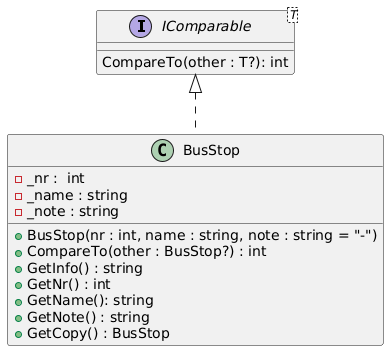
This is src/assets/img/kmom01/KlassdiagramKmom01Uppgift.png from bbe-work/bbe-work.github.io, a PlantUML export, as it was before one commit.
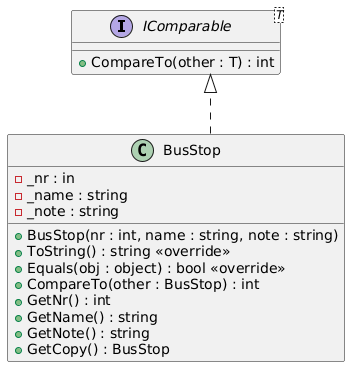
After the change.

Commit message:
Uppdaterat uppgiften kmom01

Change to the diagram source:
```diff
@@ -1,23 +1,27 @@
 @startuml
-interface IComparable<T>
-{
-    CompareTo(other : T?): int
+skinparam linetype ortho
+top to bottom direction
+
+interface IComparable<T> {
+  + CompareTo(other : T) : int
 }
 
-class BusStop
-{
-    - _nr :  int
-    - _name : string
-    - _note : string
+class BusStop {
+  - _nr : in
+  - _name : string
+  - _note : string
 
-    + BusStop(nr : int, name : string, note : string = "-")
-    + CompareTo(other : BusStop?) : int
-    + GetInfo() : string
-    + GetNr() : int
-    + GetName(): string
-    + GetNote() : string
-    + GetCopy() : BusStop
+  + BusStop(nr : int, name : string, note : string)
+  + ToString() : string <<override>>
+  + Equals(obj : object) : bool <<override>>
+  + CompareTo(other : BusStop) : int
+  + GetNr() : int
+  + GetName() : string
+  + GetNote() : string
+  + GetCopy() : BusStop
 }
 
-IComparable <|.. BusStop
+IComparable -[hidden]-> BusStop
+
+BusStop ..|> IComparable
 @enduml
```
